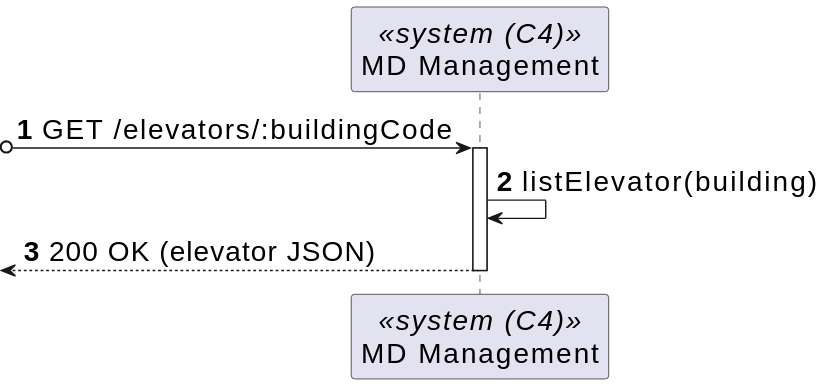
The PlantUML diagram _wiki/sprint-a/us15-290/views/level-2/assets/process-view.svg in miseEnPlace-dev/lapr5, before a commit. Its diagram source:
```plantuml
@startuml
skinparamlocked defaultFontSize 20
autonumber

participant SYS as "MD Management" <<system (C4)>>


?o-> SYS : GET /elevators/:buildingCode
activate SYS

SYS -> SYS : listElevator(building)
<-- SYS : 200 OK (elevator JSON)
deactivate SYS
@enduml
```
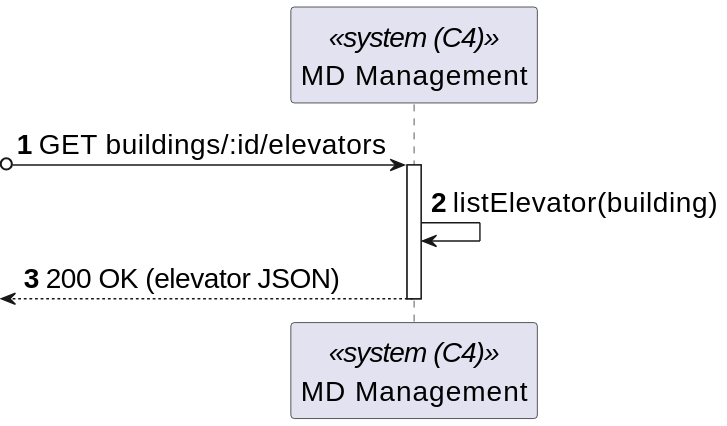
After the change.

The edit, as a diff of the source:
```diff
@@ -5,7 +5,7 @@
 participant SYS as "MD Management" <<system (C4)>>
 
 
-?o-> SYS : GET /elevators/:buildingCode
+?o-> SYS : GET buildings/:id/elevators
 activate SYS
 
 SYS -> SYS : listElevator(building)
```
